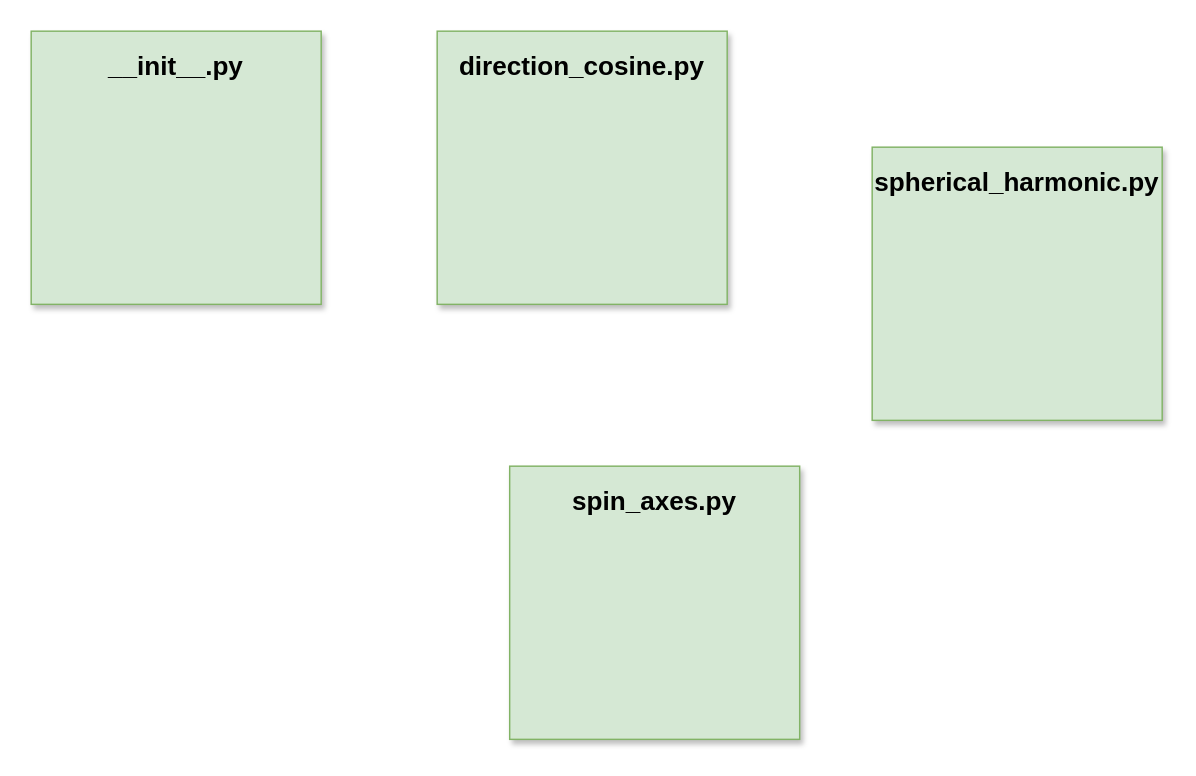
This is page "level 2 (magmango/maths)" (4 of 15) of image/Magmango.drawio from nimalec/Magmango, a draw.io file, before an edit. Source tidied: cells renumbered, new cells numbered last; positions are measured from the earlier drawing's top-left corner, leaving out a move shared by most shapes. Both pictures are drawn from the tidied source at 145%, with x=0, y=0 at pixel (30, 30).
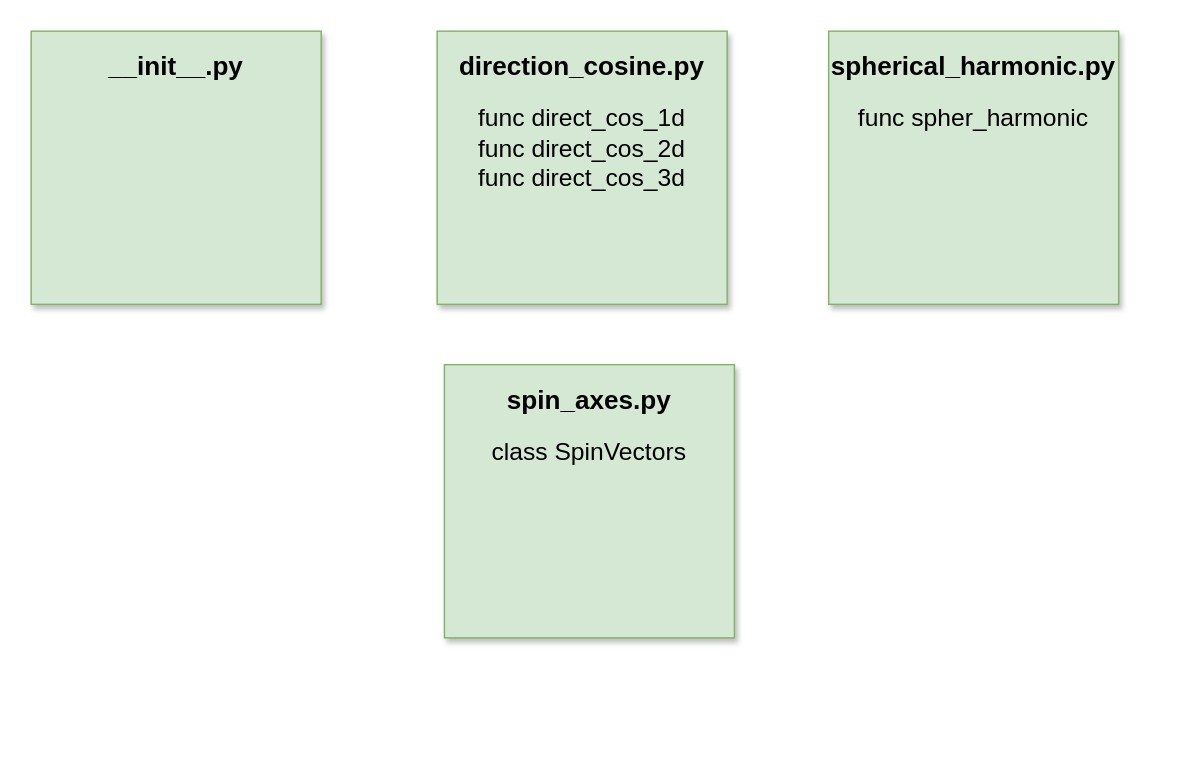
Above is the later version.

What changed in the source:
```diff
@@
 <mxGraphModel>
   <root>
     <mxCell id="0" />
     <mxCell id="1" parent="0" />
     <mxCell id="2" value="&lt;h2&gt;&lt;font color=&quot;#000000&quot;&gt;__init__.py&lt;/font&gt;&lt;/h2&gt;&lt;div style=&quot;font-size: 17px&quot;&gt;&lt;span style=&quot;font-size: 16px&quot;&gt;&amp;nbsp;&lt;/span&gt;&lt;br&gt;&lt;/div&gt;" style="verticalAlign=top;align=center;overflow=fill;fontSize=12;fontFamily=Helvetica;html=1;strokeColor=#82b366;shadow=1;fillColor=#d5e8d4;" parent="1" vertex="1">
       <mxGeometry width="200" height="188.4" as="geometry" />
     </mxCell>
-    <mxCell id="3" value="&lt;h2&gt;direction_cosine.py&lt;/h2&gt;&lt;div style=&quot;font-size: 17px&quot;&gt;&lt;br&gt;&lt;/div&gt;" style="verticalAlign=top;align=center;overflow=fill;fontSize=12;fontFamily=Helvetica;html=1;strokeColor=#82b366;shadow=1;fillColor=#d5e8d4;" parent="1" vertex="1">
+    <mxCell id="3" value="&lt;h2&gt;direction_cosine.py&lt;/h2&gt;&lt;div style=&quot;font-size: 17px&quot;&gt;func direct_cos_1d&lt;/div&gt;&lt;div style=&quot;font-size: 17px&quot;&gt;func direct_cos_2d&lt;br&gt;&lt;/div&gt;&lt;div style=&quot;font-size: 17px&quot;&gt;func direct_cos_3d&lt;br&gt;&lt;/div&gt;" style="verticalAlign=top;align=center;overflow=fill;fontSize=12;fontFamily=Helvetica;html=1;strokeColor=#82b366;shadow=1;fillColor=#d5e8d4;" parent="1" vertex="1">
       <mxGeometry x="280" width="200" height="188.4" as="geometry" />
     </mxCell>
-    <mxCell id="4" value="&lt;h2&gt;spherical_harmonic.py&lt;/h2&gt;&lt;div style=&quot;font-size: 17px&quot;&gt;&lt;br&gt;&lt;/div&gt;" style="verticalAlign=top;align=center;overflow=fill;fontSize=12;fontFamily=Helvetica;html=1;strokeColor=#82b366;shadow=1;fillColor=#d5e8d4;" parent="1" vertex="1">
-      <mxGeometry x="580" y="80" width="200" height="188.4" as="geometry" />
+    <mxCell id="4" value="&lt;h2&gt;spherical_harmonic.py&lt;/h2&gt;&lt;div style=&quot;font-size: 17px&quot;&gt;&lt;div&gt;func spher_harmonic&lt;/div&gt;&lt;div&gt;&lt;br&gt;&lt;/div&gt;&lt;/div&gt;" style="verticalAlign=top;align=center;overflow=fill;fontSize=12;fontFamily=Helvetica;html=1;strokeColor=#82b366;shadow=1;fillColor=#d5e8d4;" parent="1" vertex="1">
+      <mxGeometry x="550" width="200" height="188.4" as="geometry" />
     </mxCell>
-    <mxCell id="5" value="&lt;h2&gt;spin_axes.py&lt;/h2&gt;&lt;div&gt;&lt;br&gt;&lt;/div&gt;&lt;div style=&quot;font-size: 17px&quot;&gt;&lt;br&gt;&lt;/div&gt;" style="verticalAlign=top;align=center;overflow=fill;fontSize=12;fontFamily=Helvetica;html=1;strokeColor=#82b366;shadow=1;fillColor=#d5e8d4;" parent="1" vertex="1">
-      <mxGeometry x="330" y="300" width="200" height="188.4" as="geometry" />
+    <mxCell id="5" value="&lt;h2&gt;spin_axes.py&lt;/h2&gt;&lt;div&gt;&lt;div style=&quot;font-size: 17px&quot;&gt;class SpinVectors&lt;/div&gt;&lt;/div&gt;&lt;div style=&quot;font-size: 17px&quot;&gt;&lt;br&gt;&lt;/div&gt;" style="verticalAlign=top;align=center;overflow=fill;fontSize=12;fontFamily=Helvetica;html=1;strokeColor=#82b366;shadow=1;fillColor=#d5e8d4;" parent="1" vertex="1">
+      <mxGeometry x="285" y="230" width="200" height="188.4" as="geometry" />
     </mxCell>
   </root>
 </mxGraphModel>
```
